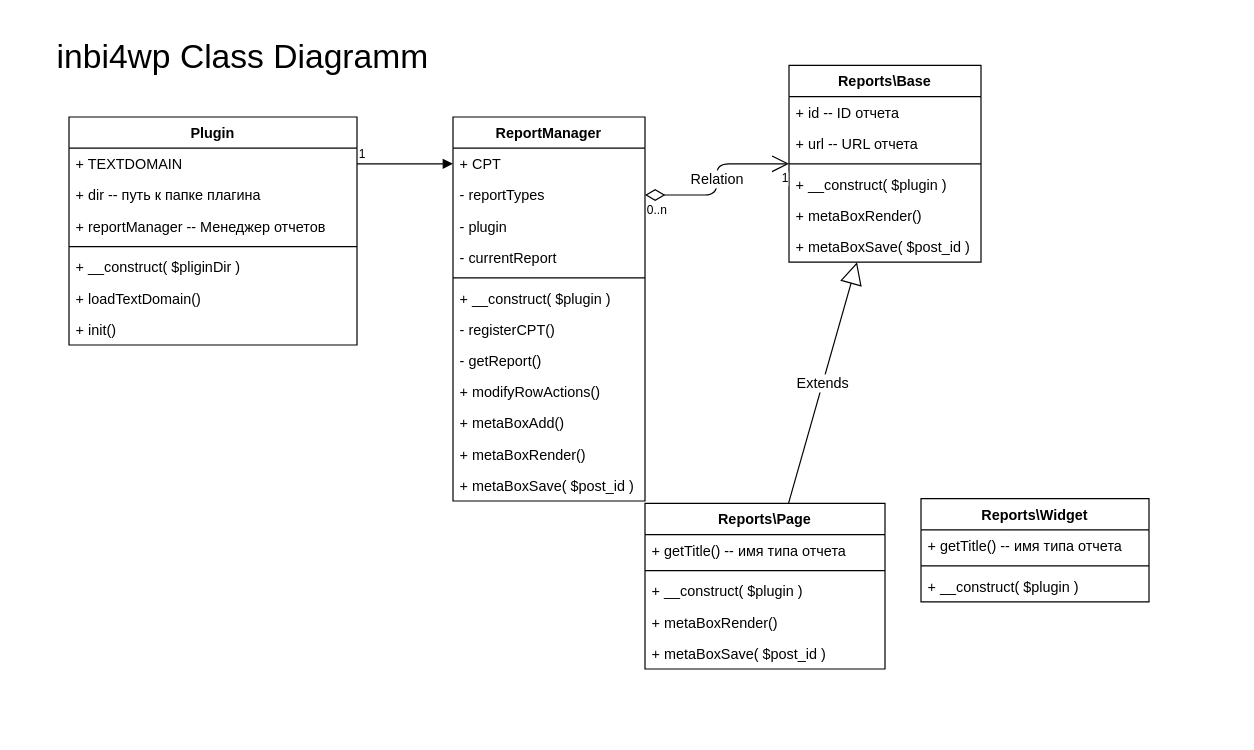
The draw.io diagram docs/inbi4wp-class-diagramm.drawio in ivannikitin-com/inbi4wp, before the edit. Source tidied: cells renumbered, new cells numbered last; positions are measured from the earlier drawing's top-left corner, leaving out a move shared by most shapes. Both pictures are drawn from the tidied source at 120%, with x=0, y=0 at pixel (20, 20).
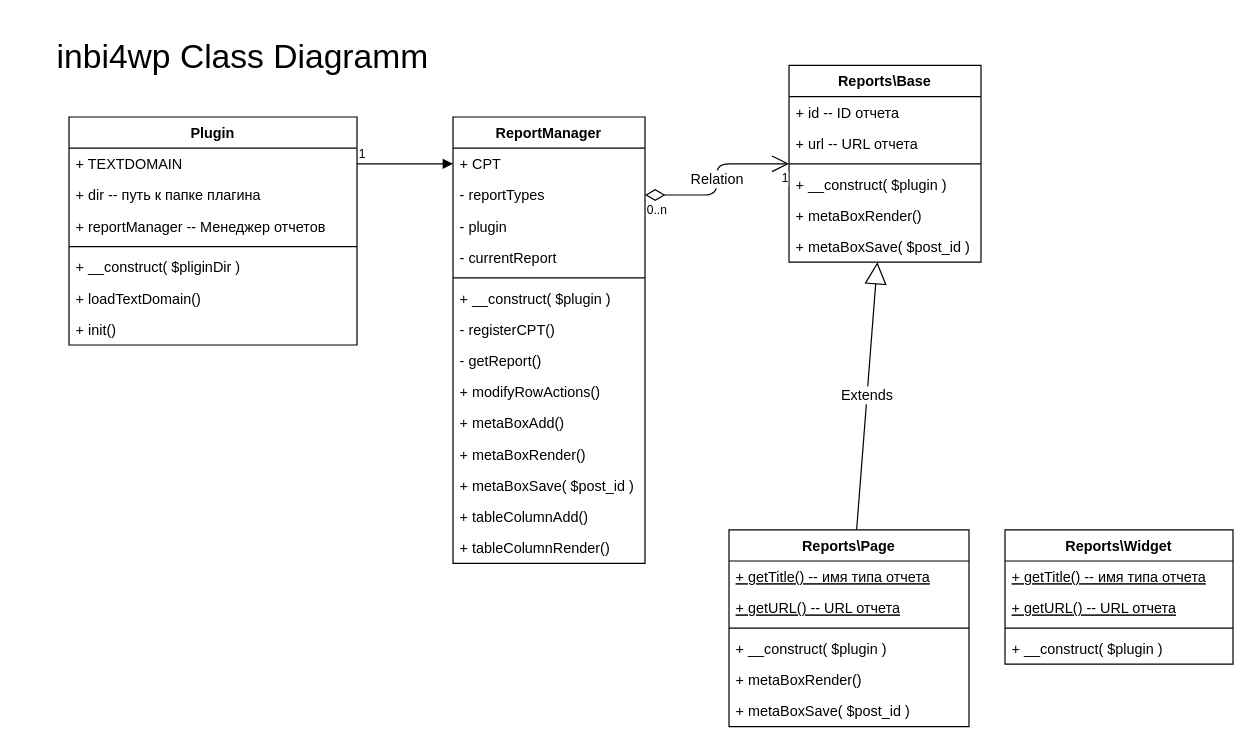
Above is the later version.

Diff of the diagram source:
```diff
@@
     <mxCell id="11" value="ReportManager" style="swimlane;fontStyle=1;align=center;verticalAlign=top;horizontal=1;startSize=26;fontSize=12;" parent="1" vertex="1">
-      <mxGeometry x="360" y="80" width="160" height="320" as="geometry" />
+      <mxGeometry x="360" y="80" width="160" height="372" as="geometry" />
     </mxCell>
@@
+    <mxCell id="47" value="+ tableColumnAdd()" style="text;strokeColor=none;fillColor=none;align=left;verticalAlign=top;spacingLeft=4;spacingRight=4;overflow=hidden;" parent="11" vertex="1">
+      <mxGeometry y="320" width="160" height="26" as="geometry" />
+    </mxCell>
+    <mxCell id="48" value="+ tableColumnRender()" style="text;strokeColor=none;fillColor=none;align=left;verticalAlign=top;spacingLeft=4;spacingRight=4;overflow=hidden;" parent="11" vertex="1">
+      <mxGeometry y="346" width="160" height="26" as="geometry" />
+    </mxCell>
@@
     <mxCell id="33" value="Reports\Page" style="swimlane;fontStyle=1;align=center;verticalAlign=top;horizontal=1;startSize=26;fontSize=12;" parent="1" vertex="1">
-      <mxGeometry x="520" y="402" width="200" height="138" as="geometry" />
+      <mxGeometry x="590" y="424" width="200" height="164" as="geometry" />
     </mxCell>
-    <mxCell id="34" value="+ getTitle() -- имя типа отчета" style="text;strokeColor=none;fillColor=none;align=left;verticalAlign=top;spacingLeft=4;spacingRight=4;overflow=hidden;" parent="33" vertex="1">
+    <mxCell id="34" value="+ getTitle() -- имя типа отчета" style="text;strokeColor=none;fillColor=none;align=left;verticalAlign=top;spacingLeft=4;spacingRight=4;overflow=hidden;fontStyle=4;" parent="33" vertex="1">
       <mxGeometry y="26" width="200" height="26" as="geometry" />
     </mxCell>
+    <mxCell id="49" value="+ getURL() -- URL отчета" style="text;strokeColor=none;fillColor=none;align=left;verticalAlign=top;spacingLeft=4;spacingRight=4;overflow=hidden;fontStyle=4;" parent="33" vertex="1">
+      <mxGeometry y="52" width="200" height="26" as="geometry" />
+    </mxCell>
     <mxCell id="35" style="line;strokeWidth=1;fillColor=none;align=left;verticalAlign=middle;spacingTop=-1;spacingLeft=3;spacingRight=3;labelPosition=right;" parent="33" vertex="1">
-      <mxGeometry y="52" width="200" height="8" as="geometry" />
+      <mxGeometry y="78" width="200" height="8" as="geometry" />
     </mxCell>
     <mxCell id="36" value="+ __construct( $plugin )&#10;" style="text;strokeColor=none;fillColor=none;align=left;verticalAlign=top;spacingLeft=4;spacingRight=4;overflow=hidden;" parent="33" vertex="1">
-      <mxGeometry y="60" width="200" height="26" as="geometry" />
+      <mxGeometry y="86" width="200" height="26" as="geometry" />
     </mxCell>
     <mxCell id="37" value="+ metaBoxRender()&#10;" style="text;strokeColor=none;fillColor=none;align=left;verticalAlign=top;spacingLeft=4;spacingRight=4;overflow=hidden;" parent="33" vertex="1">
-      <mxGeometry y="86" width="200" height="26" as="geometry" />
+      <mxGeometry y="112" width="200" height="26" as="geometry" />
     </mxCell>
     <mxCell id="38" value="+ metaBoxSave( $post_id )&#10;" style="text;strokeColor=none;fillColor=none;align=left;verticalAlign=top;spacingLeft=4;spacingRight=4;overflow=hidden;" parent="33" vertex="1">
-      <mxGeometry y="112" width="200" height="26" as="geometry" />
+      <mxGeometry y="138" width="200" height="26" as="geometry" />
     </mxCell>
     <mxCell id="39" value="Reports\Widget" style="swimlane;fontStyle=1;align=center;verticalAlign=top;horizontal=1;startSize=26;fontSize=12;" parent="1" vertex="1">
-      <mxGeometry x="750" y="398" width="190" height="86" as="geometry" />
+      <mxGeometry x="820" y="424" width="190" height="112" as="geometry" />
     </mxCell>
-    <mxCell id="40" value="+ getTitle() -- имя типа отчета" style="text;strokeColor=none;fillColor=none;align=left;verticalAlign=top;spacingLeft=4;spacingRight=4;overflow=hidden;" parent="39" vertex="1">
+    <mxCell id="40" value="+ getTitle() -- имя типа отчета" style="text;strokeColor=none;fillColor=none;align=left;verticalAlign=top;spacingLeft=4;spacingRight=4;overflow=hidden;fontStyle=4;" parent="39" vertex="1">
       <mxGeometry y="26" width="190" height="26" as="geometry" />
     </mxCell>
+    <mxCell id="50" value="+ getURL() -- URL отчета" style="text;strokeColor=none;fillColor=none;align=left;verticalAlign=top;spacingLeft=4;spacingRight=4;overflow=hidden;fontStyle=4;" parent="39" vertex="1">
+      <mxGeometry y="52" width="190" height="26" as="geometry" />
+    </mxCell>
     <mxCell id="41" style="line;strokeWidth=1;fillColor=none;align=left;verticalAlign=middle;spacingTop=-1;spacingLeft=3;spacingRight=3;labelPosition=right;" parent="39" vertex="1">
-      <mxGeometry y="52" width="190" height="8" as="geometry" />
+      <mxGeometry y="78" width="190" height="8" as="geometry" />
     </mxCell>
     <mxCell id="42" value="+ __construct( $plugin )&#10;" style="text;strokeColor=none;fillColor=none;align=left;verticalAlign=top;spacingLeft=4;spacingRight=4;overflow=hidden;" parent="39" vertex="1">
-      <mxGeometry y="60" width="190" height="26" as="geometry" />
+      <mxGeometry y="86" width="190" height="26" as="geometry" />
     </mxCell>
```
